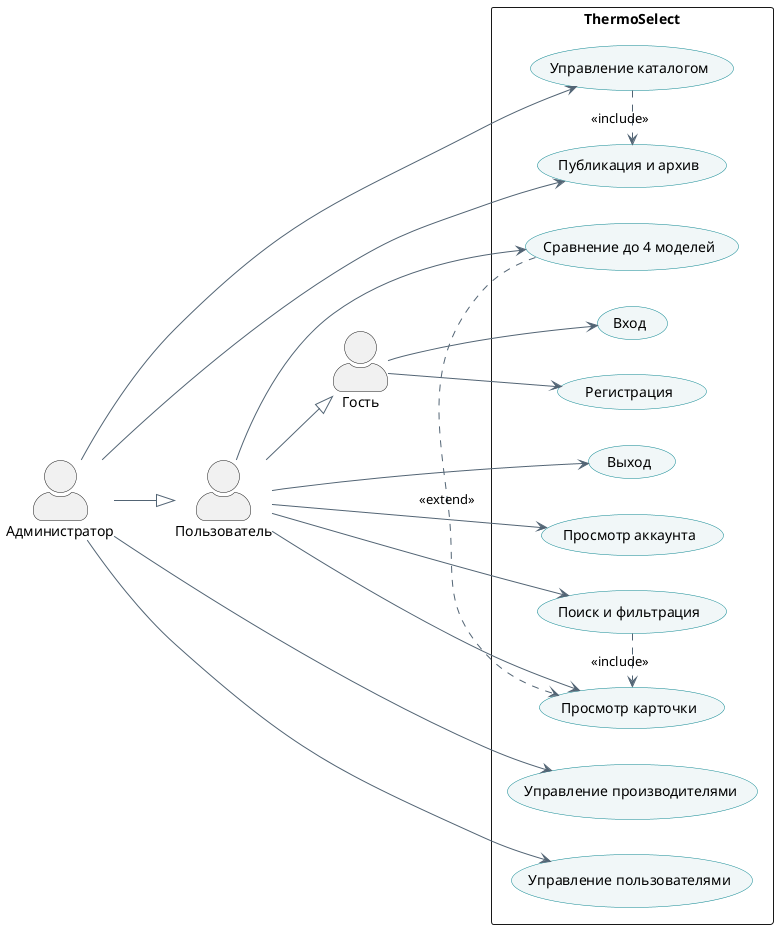
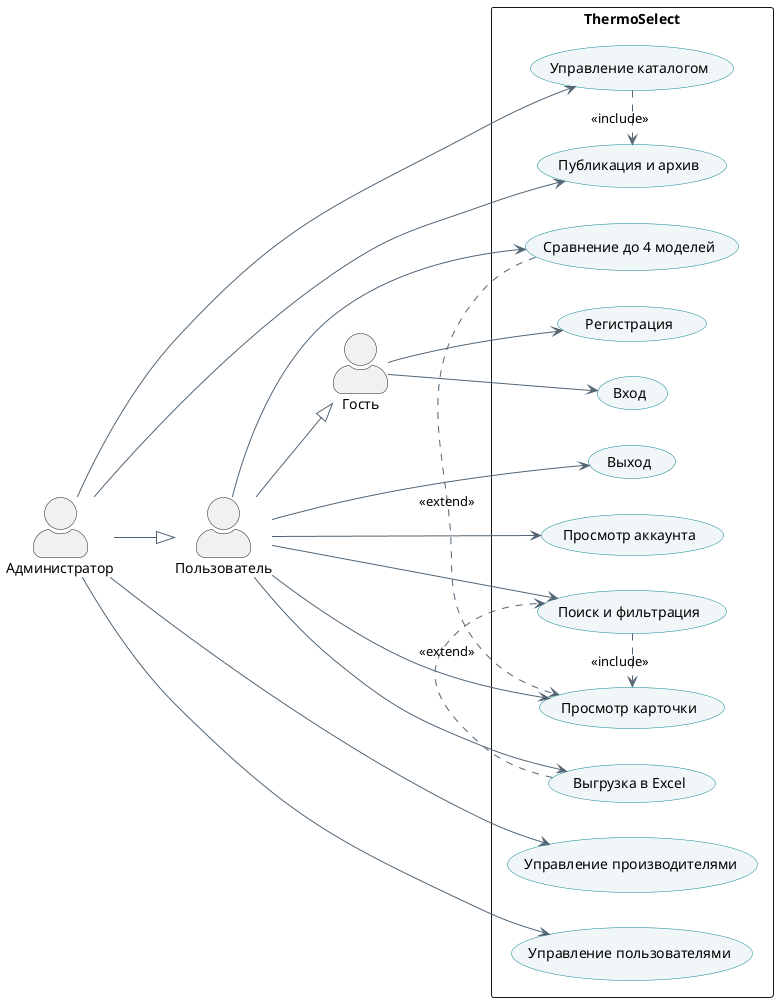
@startuml
left to right direction
skinparam backgroundColor #FFFFFF
skinparam actorStyle awesome
skinparam usecase {
  BackgroundColor #F1F7F8
  BorderColor #0C8791
  ArrowColor #526474
}

actor "Гость" as Guest
actor "Пользователь" as User
actor "Администратор" as Admin

rectangle "ThermoSelect" {
  usecase "Регистрация" as UC_Register
  usecase "Вход" as UC_Login
  usecase "Выход" as UC_Logout
  usecase "Поиск и фильтрация" as UC_Search
+   usecase "Выгрузка в Excel" as UC_Export
  usecase "Просмотр карточки" as UC_Detail
  usecase "Сравнение до 4 моделей" as UC_Compare
  usecase "Просмотр аккаунта" as UC_Account
  usecase "Управление каталогом" as UC_Catalog
  usecase "Публикация и архив" as UC_Status
  usecase "Управление производителями" as UC_Manufacturers
  usecase "Управление пользователями" as UC_Users
}

Guest --> UC_Register
Guest --> UC_Login
User --|> Guest
Admin --|> User
User --> UC_Logout
User --> UC_Search
+ User --> UC_Export
User --> UC_Detail
User --> UC_Compare
User --> UC_Account
Admin --> UC_Catalog
Admin --> UC_Status
Admin --> UC_Manufacturers
Admin --> UC_Users
UC_Search .> UC_Detail : <<include>>
+ UC_Export .> UC_Search : <<extend>>
UC_Compare .> UC_Detail : <<extend>>
UC_Catalog .> UC_Status : <<include>>
@enduml
